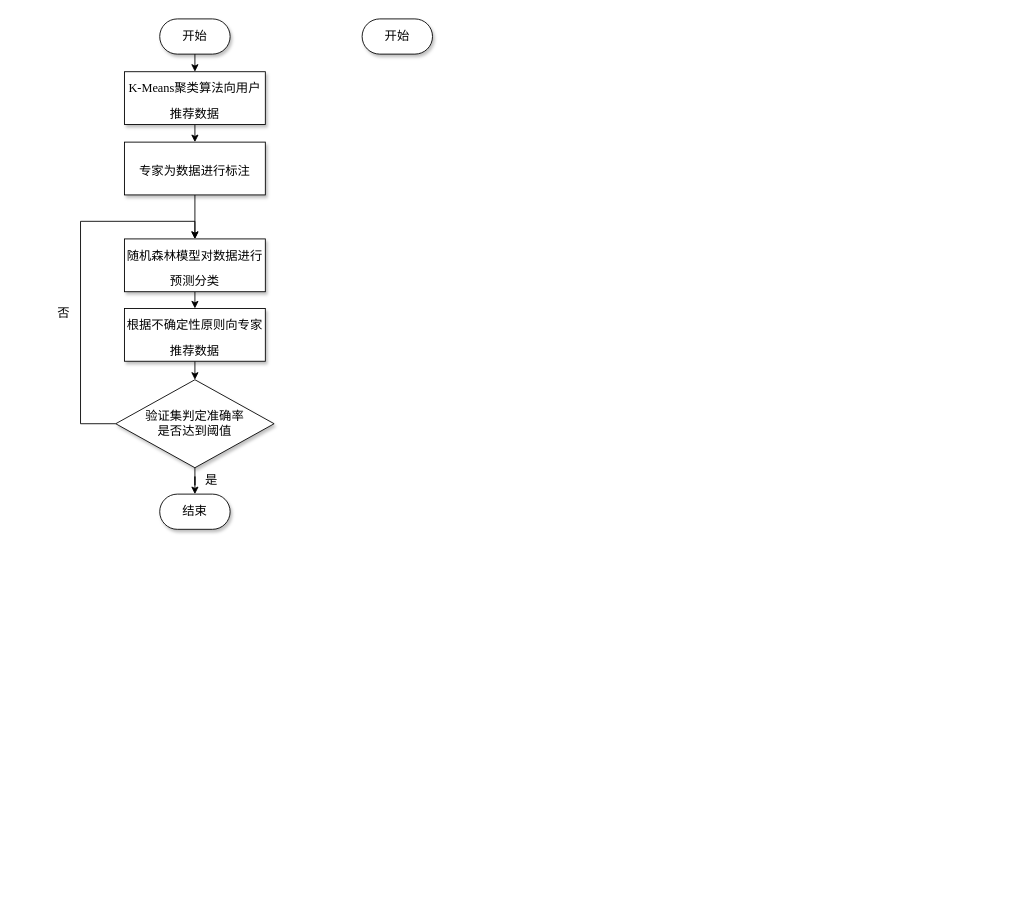
Before: Untitled Diagram.drawio in tnncool/tnncool.github.io, a draw.io diagram. Source tidied: cells renumbered, new cells numbered last; positions are measured from the earlier drawing's top-left corner, leaving out a move shared by most shapes. Both pictures are drawn from the tidied source at 88%, with x=0, y=0 at pixel (18, 18).
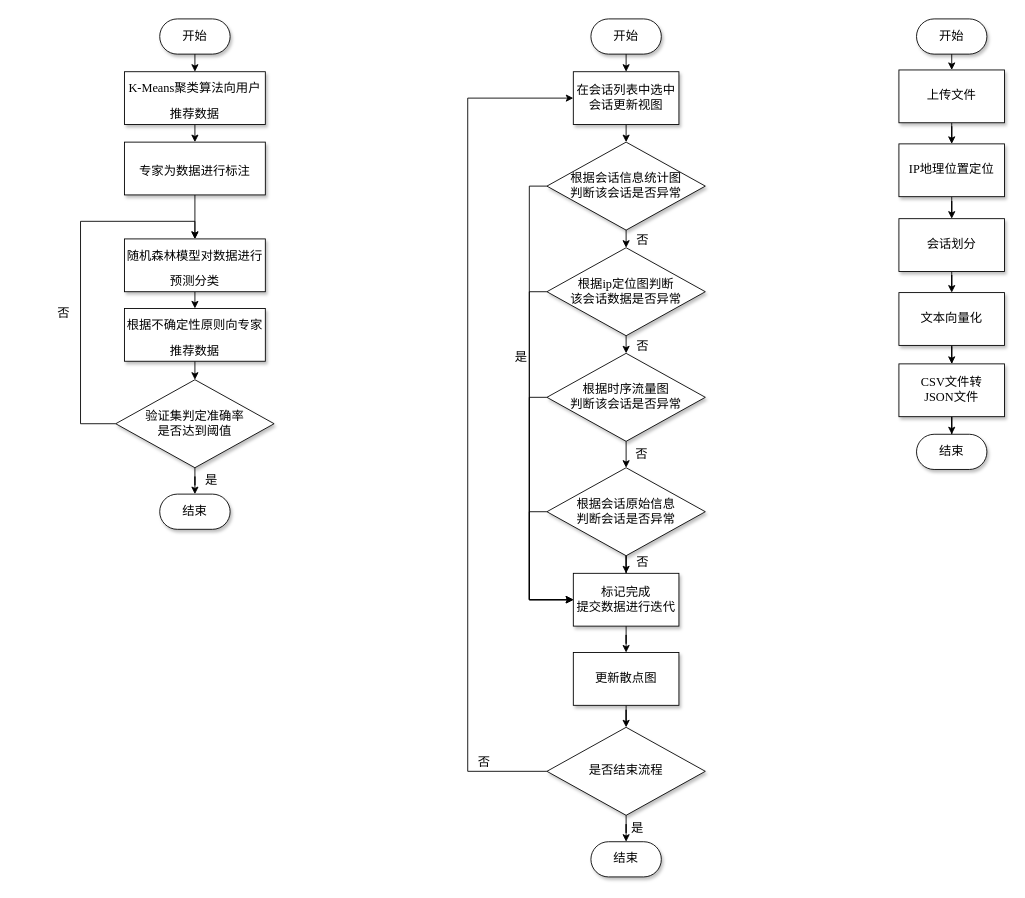
Above is the later version.

Change to the diagram source:
```diff
@@
+    <mxCell id="19" style="edgeStyle=orthogonalEdgeStyle;rounded=0;jettySize=auto;html=1;exitX=0.5;exitY=1;exitDx=0;exitDy=0;entryX=0.5;entryY=0;entryDx=0;entryDy=0;fontFamily=Times New Roman;fontSize=14;" parent="1" edge="1" source="18" target="21">
+      <mxGeometry relative="1" as="geometry" />
+    </mxCell>
     <mxCell id="18" value="&lt;font style=&quot;font-size: 14px;&quot;&gt;&lt;span style=&quot;&quot;&gt;开始&lt;/span&gt;&lt;/font&gt;" style="rounded=1;whiteSpace=wrap;html=1;arcSize=50;fontFamily=Times New Roman;fontStyle=0;shadow=1;" parent="1" vertex="1">
-      <mxGeometry x="390" width="80" height="40" as="geometry" />
+      <mxGeometry x="650" width="80" height="40" as="geometry" />
     </mxCell>
+    <mxCell id="20" style="edgeStyle=orthogonalEdgeStyle;rounded=0;jettySize=auto;html=1;exitX=0.5;exitY=1;exitDx=0;exitDy=0;entryX=0.5;entryY=0;entryDx=0;entryDy=0;fontFamily=Times New Roman;fontSize=14;" parent="1" edge="1" source="21" target="24">
+      <mxGeometry relative="1" as="geometry" />
+    </mxCell>
+    <mxCell id="21" value="在会话列表中选中会话更新视图" style="rounded=0;whiteSpace=wrap;html=1;shadow=1;fontFamily=Times New Roman;fontSize=14;" parent="1" vertex="1">
+      <mxGeometry x="630" y="60" width="120" height="60" as="geometry" />
+    </mxCell>
+    <mxCell id="22" style="edgeStyle=orthogonalEdgeStyle;rounded=0;jettySize=auto;html=1;exitX=0.5;exitY=1;exitDx=0;exitDy=0;entryX=0.5;entryY=0;entryDx=0;entryDy=0;fontFamily=Times New Roman;fontSize=14;" parent="1" edge="1" source="24" target="31">
+      <mxGeometry relative="1" as="geometry" />
+    </mxCell>
+    <mxCell id="23" style="edgeStyle=orthogonalEdgeStyle;rounded=0;jettySize=auto;html=1;exitX=0;exitY=0.5;exitDx=0;exitDy=0;entryX=0;entryY=0.5;entryDx=0;entryDy=0;fontFamily=Times New Roman;fontSize=14;" parent="1" edge="1" source="24" target="36">
+      <mxGeometry relative="1" as="geometry" />
+    </mxCell>
+    <mxCell id="24" value="根据会话信息统计图&lt;br&gt;判断该会话是否异常" style="rhombus;whiteSpace=wrap;html=1;fontSize=14;fontFamily=Times New Roman;fontStyle=0;shadow=1;" parent="1" vertex="1">
+      <mxGeometry x="600" y="140" width="180" height="100" as="geometry" />
+    </mxCell>
+    <mxCell id="25" value="&lt;font style=&quot;font-size: 14px;&quot;&gt;&lt;span style=&quot;&quot;&gt;结束&lt;/span&gt;&lt;/font&gt;" style="rounded=1;whiteSpace=wrap;html=1;arcSize=50;fontFamily=Times New Roman;fontStyle=0;shadow=1;" parent="1" vertex="1">
+      <mxGeometry x="650" y="935" width="80" height="40" as="geometry" />
+    </mxCell>
+    <mxCell id="26" style="edgeStyle=orthogonalEdgeStyle;rounded=0;jettySize=auto;html=1;exitX=0.5;exitY=1;exitDx=0;exitDy=0;entryX=0.5;entryY=0;entryDx=0;entryDy=0;fontFamily=Times New Roman;fontSize=14;" parent="1" edge="1" source="28" target="34">
+      <mxGeometry relative="1" as="geometry" />
+    </mxCell>
+    <mxCell id="27" style="edgeStyle=orthogonalEdgeStyle;rounded=0;jettySize=auto;html=1;exitX=0;exitY=0.5;exitDx=0;exitDy=0;entryX=0;entryY=0.5;entryDx=0;entryDy=0;fontFamily=Times New Roman;fontSize=14;" parent="1" edge="1" source="28" target="36">
+      <mxGeometry relative="1" as="geometry" />
+    </mxCell>
+    <mxCell id="28" value="根据时序流量图&lt;br&gt;判断该会话是否异常" style="rhombus;whiteSpace=wrap;html=1;fontSize=14;fontFamily=Times New Roman;fontStyle=0;shadow=1;" parent="1" vertex="1">
+      <mxGeometry x="600" y="380" width="180" height="100" as="geometry" />
+    </mxCell>
+    <mxCell id="29" style="edgeStyle=orthogonalEdgeStyle;rounded=0;jettySize=auto;html=1;exitX=0.5;exitY=1;exitDx=0;exitDy=0;entryX=0.5;entryY=0;entryDx=0;entryDy=0;fontFamily=Times New Roman;fontSize=14;" parent="1" edge="1" source="31" target="28">
+      <mxGeometry relative="1" as="geometry" />
+    </mxCell>
+    <mxCell id="30" style="edgeStyle=orthogonalEdgeStyle;rounded=0;jettySize=auto;html=1;exitX=0;exitY=0.5;exitDx=0;exitDy=0;entryX=0;entryY=0.5;entryDx=0;entryDy=0;fontFamily=Times New Roman;fontSize=14;" parent="1" edge="1" source="31" target="36">
+      <mxGeometry relative="1" as="geometry" />
+    </mxCell>
+    <mxCell id="31" value="根据ip定位图判断&lt;br&gt;该会话数据是否异常" style="rhombus;whiteSpace=wrap;html=1;fontSize=14;fontFamily=Times New Roman;fontStyle=0;shadow=1;" parent="1" vertex="1">
+      <mxGeometry x="600" y="260" width="180" height="100" as="geometry" />
+    </mxCell>
+    <mxCell id="32" style="edgeStyle=orthogonalEdgeStyle;rounded=0;jettySize=auto;html=1;exitX=0.5;exitY=1;exitDx=0;exitDy=0;fontFamily=Times New Roman;fontSize=14;" parent="1" edge="1" source="34" target="36">
+      <mxGeometry relative="1" as="geometry" />
+    </mxCell>
+    <mxCell id="33" style="edgeStyle=orthogonalEdgeStyle;rounded=0;jettySize=auto;html=1;exitX=0;exitY=0.5;exitDx=0;exitDy=0;entryX=0;entryY=0.5;entryDx=0;entryDy=0;fontFamily=Times New Roman;fontSize=14;" parent="1" edge="1" source="34" target="36">
+      <mxGeometry relative="1" as="geometry" />
+    </mxCell>
+    <mxCell id="34" value="根据会话原始信息&lt;br&gt;判断会话是否异常" style="rhombus;whiteSpace=wrap;html=1;fontSize=14;fontFamily=Times New Roman;fontStyle=0;shadow=1;" parent="1" vertex="1">
+      <mxGeometry x="600" y="510" width="180" height="100" as="geometry" />
+    </mxCell>
+    <mxCell id="35" style="edgeStyle=orthogonalEdgeStyle;rounded=0;jettySize=auto;html=1;exitX=0.5;exitY=1;exitDx=0;exitDy=0;fontFamily=Times New Roman;fontSize=14;" parent="1" edge="1" source="36" target="38">
+      <mxGeometry relative="1" as="geometry" />
+    </mxCell>
+    <mxCell id="36" value="标记完成&lt;br&gt;提交数据进行迭代" style="rounded=0;whiteSpace=wrap;html=1;shadow=1;fontFamily=Times New Roman;fontSize=14;" parent="1" vertex="1">
+      <mxGeometry x="630" y="630" width="120" height="60" as="geometry" />
+    </mxCell>
+    <mxCell id="37" style="edgeStyle=orthogonalEdgeStyle;rounded=0;jettySize=auto;html=1;exitX=0.5;exitY=1;exitDx=0;exitDy=0;fontFamily=Times New Roman;fontSize=14;" parent="1" edge="1" source="38" target="41">
+      <mxGeometry relative="1" as="geometry" />
+    </mxCell>
+    <mxCell id="38" value="更新散点图" style="rounded=0;whiteSpace=wrap;html=1;shadow=1;fontFamily=Times New Roman;fontSize=14;" parent="1" vertex="1">
+      <mxGeometry x="630" y="720" width="120" height="60" as="geometry" />
+    </mxCell>
+    <mxCell id="39" style="edgeStyle=orthogonalEdgeStyle;rounded=0;jettySize=auto;html=1;exitX=0.5;exitY=1;exitDx=0;exitDy=0;fontFamily=Times New Roman;fontSize=14;" parent="1" edge="1" source="41" target="25">
+      <mxGeometry relative="1" as="geometry" />
+    </mxCell>
+    <mxCell id="40" style="edgeStyle=orthogonalEdgeStyle;rounded=0;jettySize=auto;html=1;exitX=0;exitY=0.5;exitDx=0;exitDy=0;entryX=0;entryY=0.5;entryDx=0;entryDy=0;fontFamily=Times New Roman;fontSize=14;" parent="1" edge="1" source="41" target="21">
+      <mxGeometry relative="1" as="geometry">
+        <Array as="points">
+          <mxPoint x="510" y="855" />
+          <mxPoint x="510" y="90" />
+        </Array>
+      </mxGeometry>
+    </mxCell>
+    <mxCell id="41" value="是否结束流程" style="rhombus;whiteSpace=wrap;html=1;fontSize=14;fontFamily=Times New Roman;fontStyle=0;shadow=1;" parent="1" vertex="1">
+      <mxGeometry x="600" y="805" width="180" height="100" as="geometry" />
+    </mxCell>
+    <mxCell id="42" value="否" style="text;html=1;strokeColor=none;fillColor=none;align=left;verticalAlign=middle;whiteSpace=wrap;rounded=0;shadow=1;fontFamily=Times New Roman;fontSize=14;" parent="1" vertex="1">
+      <mxGeometry x="520" y="830" width="60" height="30" as="geometry" />
+    </mxCell>
+    <mxCell id="43" value="是" style="text;html=1;strokeColor=none;fillColor=none;align=left;verticalAlign=middle;whiteSpace=wrap;rounded=0;shadow=1;fontFamily=Times New Roman;fontSize=14;" parent="1" vertex="1">
+      <mxGeometry x="694" y="905" width="60" height="30" as="geometry" />
+    </mxCell>
+    <mxCell id="44" value="是" style="text;html=1;strokeColor=none;fillColor=none;align=right;verticalAlign=middle;whiteSpace=wrap;rounded=0;shadow=1;fontFamily=Times New Roman;fontSize=14;" parent="1" vertex="1">
+      <mxGeometry x="520" y="370" width="60" height="30" as="geometry" />
+    </mxCell>
+    <mxCell id="45" value="否" style="text;html=1;strokeColor=none;fillColor=none;align=left;verticalAlign=middle;whiteSpace=wrap;rounded=0;shadow=1;fontFamily=Times New Roman;fontSize=14;" parent="1" vertex="1">
+      <mxGeometry x="699" y="480" width="60" height="30" as="geometry" />
+    </mxCell>
+    <mxCell id="46" value="否" style="text;html=1;strokeColor=none;fillColor=none;align=left;verticalAlign=middle;whiteSpace=wrap;rounded=0;shadow=1;fontFamily=Times New Roman;fontSize=14;" parent="1" vertex="1">
+      <mxGeometry x="700" y="603" width="60" height="30" as="geometry" />
+    </mxCell>
+    <mxCell id="47" value="否" style="text;html=1;strokeColor=none;fillColor=none;align=left;verticalAlign=middle;whiteSpace=wrap;rounded=0;shadow=1;fontFamily=Times New Roman;fontSize=14;" parent="1" vertex="1">
+      <mxGeometry x="700" y="358" width="60" height="30" as="geometry" />
+    </mxCell>
+    <mxCell id="48" value="否" style="text;html=1;strokeColor=none;fillColor=none;align=left;verticalAlign=middle;whiteSpace=wrap;rounded=0;shadow=1;fontFamily=Times New Roman;fontSize=14;" parent="1" vertex="1">
+      <mxGeometry x="700" y="237" width="60" height="30" as="geometry" />
+    </mxCell>
+    <mxCell id="49" style="edgeStyle=orthogonalEdgeStyle;rounded=0;jettySize=auto;html=1;exitX=0.5;exitY=1;exitDx=0;exitDy=0;entryX=0.5;entryY=0;entryDx=0;entryDy=0;fontFamily=Times New Roman;fontSize=14;" parent="1" edge="1" source="50" target="52">
+      <mxGeometry relative="1" as="geometry" />
+    </mxCell>
+    <mxCell id="50" value="&lt;font style=&quot;font-size: 14px;&quot;&gt;&lt;span style=&quot;&quot;&gt;开始&lt;/span&gt;&lt;/font&gt;" style="rounded=1;whiteSpace=wrap;html=1;arcSize=50;fontFamily=Times New Roman;fontStyle=0;shadow=1;" parent="1" vertex="1">
+      <mxGeometry x="1020" width="80" height="40" as="geometry" />
+    </mxCell>
+    <mxCell id="51" style="edgeStyle=orthogonalEdgeStyle;rounded=0;jettySize=auto;html=1;fontFamily=Times New Roman;fontSize=14;" parent="1" edge="1" source="52" target="54">
+      <mxGeometry relative="1" as="geometry" />
+    </mxCell>
+    <mxCell id="52" value="上传文件" style="rounded=0;whiteSpace=wrap;html=1;shadow=1;fontFamily=Times New Roman;fontSize=14;" parent="1" vertex="1">
+      <mxGeometry x="1000" y="58" width="120" height="60" as="geometry" />
+    </mxCell>
+    <mxCell id="53" style="edgeStyle=orthogonalEdgeStyle;rounded=0;jettySize=auto;html=1;fontFamily=Times New Roman;fontSize=14;" parent="1" edge="1" source="54" target="56">
+      <mxGeometry relative="1" as="geometry" />
+    </mxCell>
+    <mxCell id="54" value="IP地理位置定位" style="rounded=0;whiteSpace=wrap;html=1;shadow=1;fontFamily=Times New Roman;fontSize=14;" parent="1" vertex="1">
+      <mxGeometry x="1000" y="142" width="120" height="60" as="geometry" />
+    </mxCell>
+    <mxCell id="55" style="edgeStyle=orthogonalEdgeStyle;rounded=0;jettySize=auto;html=1;fontFamily=Times New Roman;fontSize=14;" parent="1" edge="1" source="56" target="58">
+      <mxGeometry relative="1" as="geometry" />
+    </mxCell>
+    <mxCell id="56" value="会话划分" style="rounded=0;whiteSpace=wrap;html=1;shadow=1;fontFamily=Times New Roman;fontSize=14;" parent="1" vertex="1">
+      <mxGeometry x="1000" y="227" width="120" height="60" as="geometry" />
+    </mxCell>
+    <mxCell id="57" style="edgeStyle=orthogonalEdgeStyle;rounded=0;jettySize=auto;html=1;fontFamily=Times New Roman;fontSize=14;" parent="1" edge="1" source="58" target="60">
+      <mxGeometry relative="1" as="geometry" />
+    </mxCell>
+    <mxCell id="58" value="文本向量化" style="rounded=0;whiteSpace=wrap;html=1;shadow=1;fontFamily=Times New Roman;fontSize=14;" parent="1" vertex="1">
+      <mxGeometry x="1000" y="311" width="120" height="60" as="geometry" />
+    </mxCell>
+    <mxCell id="59" style="edgeStyle=orthogonalEdgeStyle;rounded=0;jettySize=auto;html=1;fontFamily=Times New Roman;fontSize=14;" parent="1" edge="1" source="60" target="61">
+      <mxGeometry relative="1" as="geometry" />
+    </mxCell>
+    <mxCell id="60" value="CSV文件转&lt;br&gt;JSON文件" style="rounded=0;whiteSpace=wrap;html=1;shadow=1;fontFamily=Times New Roman;fontSize=14;" parent="1" vertex="1">
+      <mxGeometry x="1000" y="392" width="120" height="60" as="geometry" />
+    </mxCell>
+    <mxCell id="61" value="&lt;font style=&quot;font-size: 14px;&quot;&gt;&lt;span style=&quot;&quot;&gt;结束&lt;/span&gt;&lt;/font&gt;" style="rounded=1;whiteSpace=wrap;html=1;arcSize=50;fontFamily=Times New Roman;fontStyle=0;shadow=1;" parent="1" vertex="1">
+      <mxGeometry x="1020" y="472" width="80" height="40" as="geometry" />
+    </mxCell>
```
